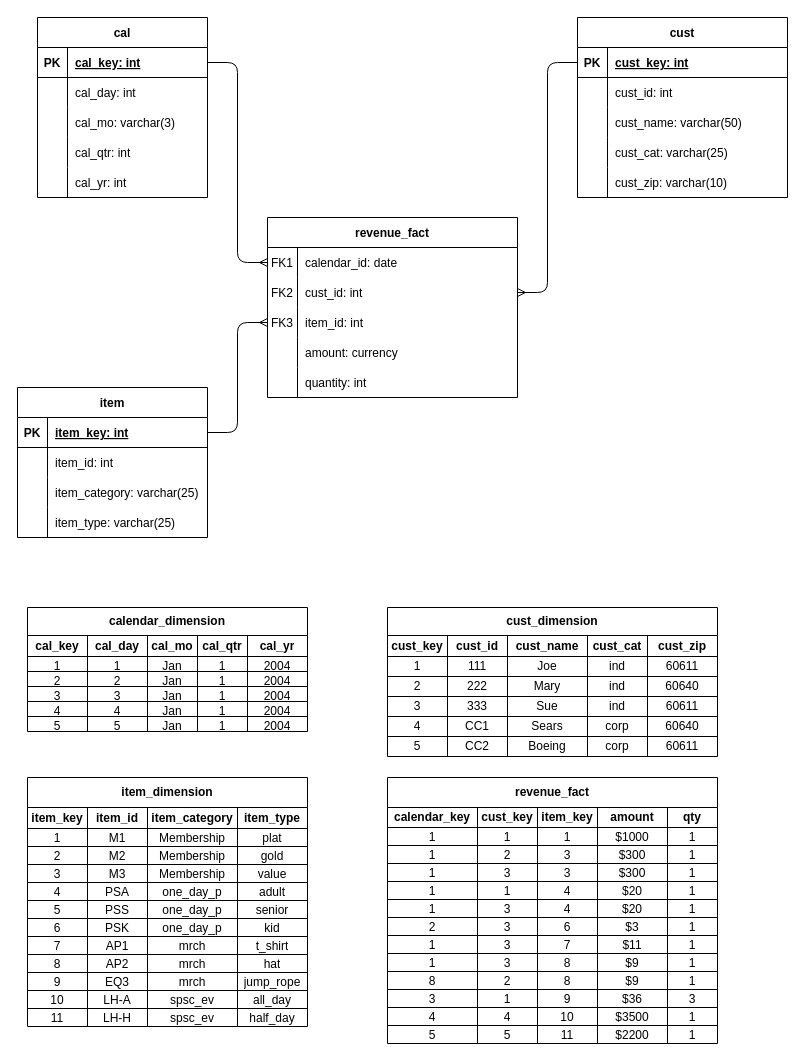
PullMyFork/hello-world keeps this draw.io diagram as Untitled Diagram.drawio. Above is the earlier version. Source tidied: cells renumbered, new cells numbered last; positions are measured from the earlier drawing's top-left corner, leaving out a move shared by most shapes. Both pictures are drawn from the tidied source at 100%, with x=0, y=0 at pixel (17, 17).
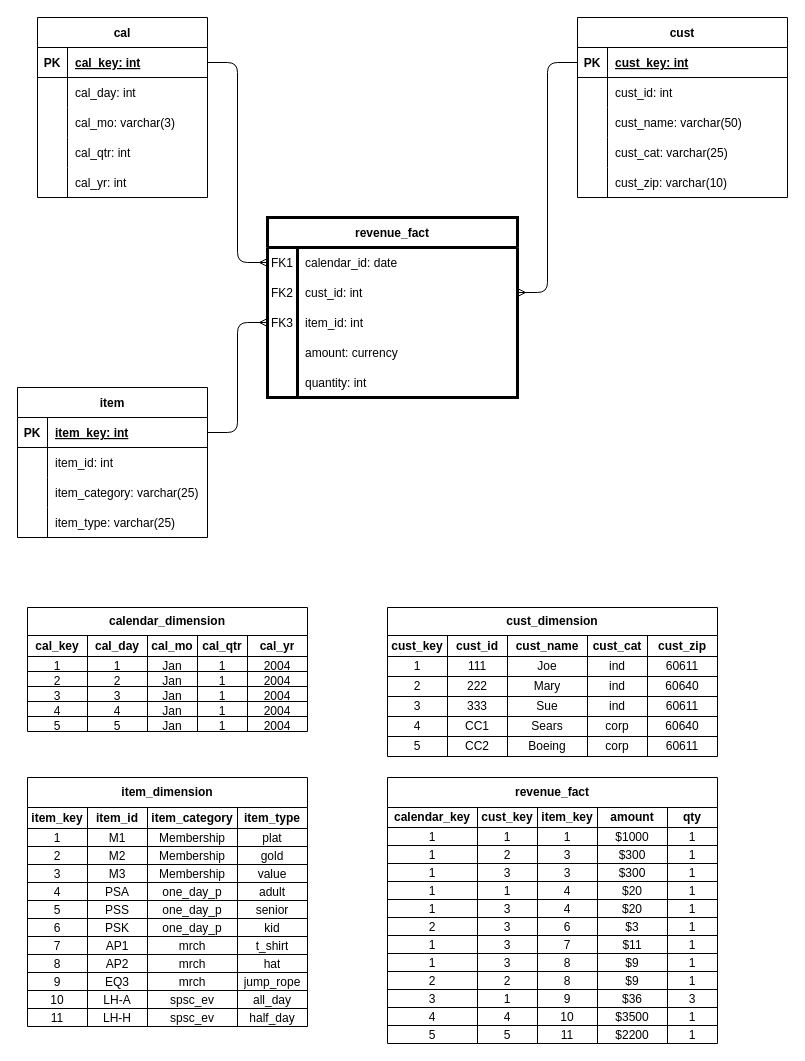
After the change.

The change refers to these unchanged cells:
```xml
<mxCell id="219" style="shape=partialRectangle;html=1;whiteSpace=wrap;fillColor=none;top=0;left=0;bottom=0;right=0;" parent="164" vertex="1">
  <mxGeometry y="194" width="330" height="18" as="geometry" />
</mxCell>
```

Change to the diagram source:
```diff
@@
-    <mxCell id="4" value="revenue_fact" style="shape=table;startSize=30;childLayout=tableLayout;rowLines=0;fontStyle=1;align=center;" parent="1" vertex="1">
+    <mxCell id="4" value="revenue_fact" style="shape=table;startSize=30;childLayout=tableLayout;rowLines=0;fontStyle=1;align=center;strokeWidth=3;" parent="1" vertex="1">
       <mxGeometry x="250" y="200" width="250" height="180" as="geometry" />
     </mxCell>
@@
-    <mxCell id="220" value="8" style="shape=partialRectangle;html=1;whiteSpace=wrap;fillColor=none;top=0;left=0;bottom=0;right=0;overflow=hidden;" parent="219" vertex="1">
+    <mxCell id="220" value="2" style="shape=partialRectangle;html=1;whiteSpace=wrap;fillColor=none;top=0;left=0;bottom=0;right=0;overflow=hidden;" parent="219" vertex="1">
       <mxGeometry width="90" height="18" as="geometry" />
     </mxCell>
```
